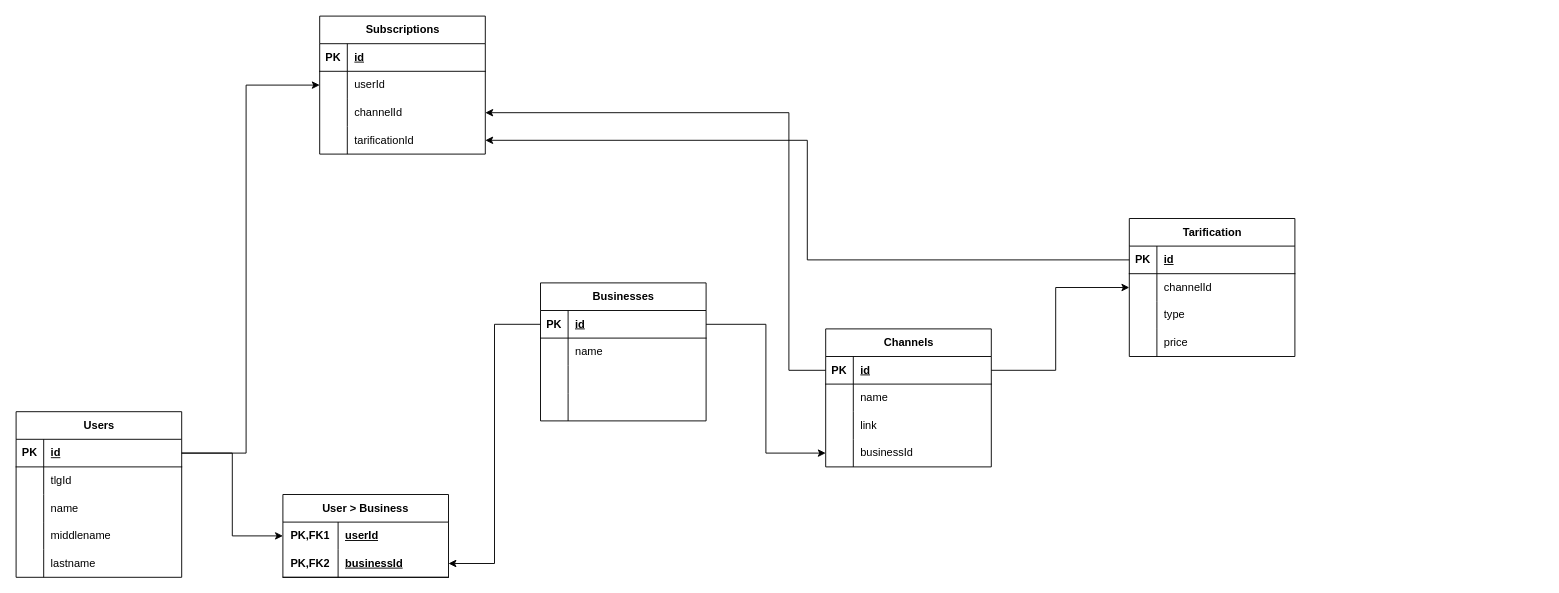
The draw.io diagram page "DB" (1 of 2) of docs/dbSchema.drawio in LionKenedi95/telegram-ep-manager-back, before the edit. Source tidied: cells renumbered, new cells numbered last; positions are measured from the earlier drawing's top-left corner, leaving out a move shared by most shapes. Both pictures are drawn from the tidied source at 92%, with x=0, y=0 at pixel (16, 16).
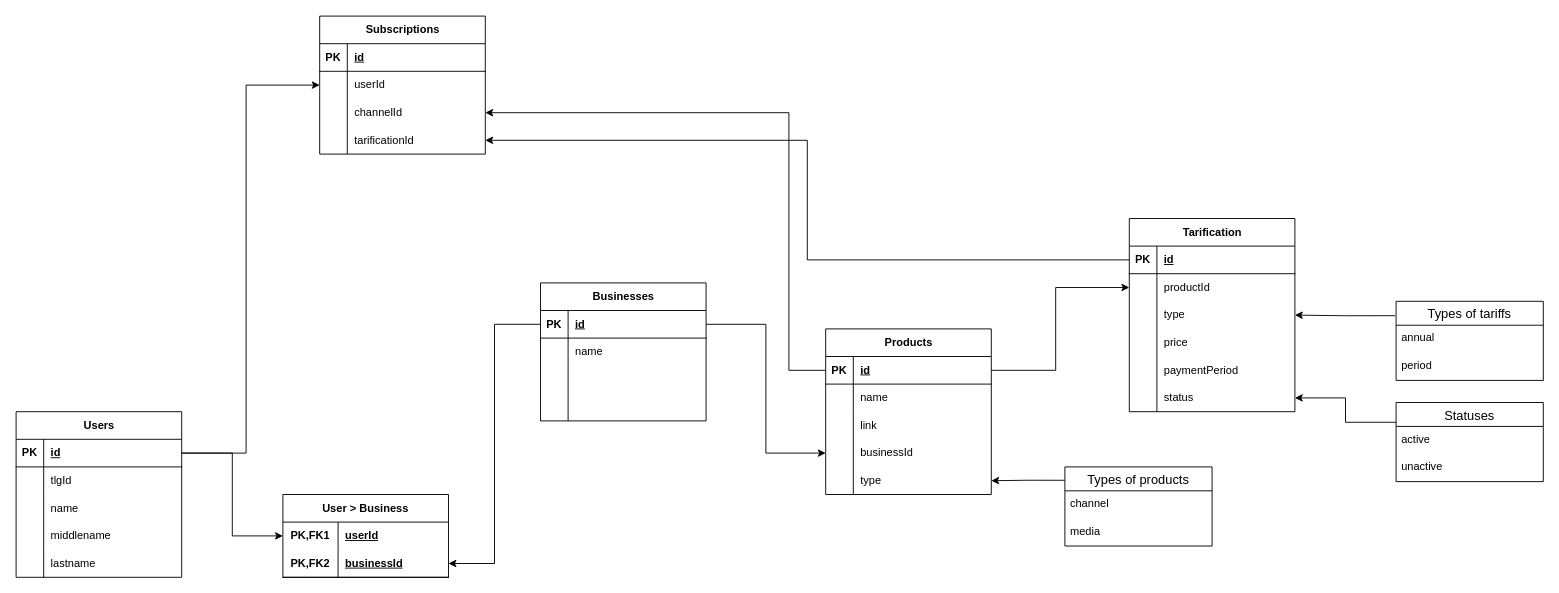
Above is the later version.

Commit message (it also covers changes not shown here):
Немного изменил схему касаемо продукта

Unchanged cells that the change refers to:
```xml
<mxCell id="73" style="shape=tableRow;horizontal=0;startSize=0;swimlaneHead=0;swimlaneBody=0;fillColor=none;points=[[0,0.5],[1,0.5]];portConstraint=eastwest;top=0;left=0;right=0;bottom=0;" parent="69" vertex="1">
  <mxGeometry y="60" width="180" height="30" as="geometry" />
</mxCell>
<mxCell id="76" style="shape=tableRow;horizontal=0;startSize=0;swimlaneHead=0;swimlaneBody=0;fillColor=none;points=[[0,0.5],[1,0.5]];portConstraint=eastwest;top=0;left=0;right=0;bottom=0;" parent="69" vertex="1">
  <mxGeometry y="90" width="180" height="30" as="geometry" />
</mxCell>
```

Change to the diagram source:
```diff
@@
-    <mxCell id="31" value="Channels" style="shape=table;startSize=30;childLayout=tableLayout;rowLines=0;fontStyle=1;align=center;html=1;" parent="1" vertex="1">
-      <mxGeometry x="880" y="340" width="180" height="150" as="geometry" />
+    <mxCell id="31" value="Products" style="shape=table;startSize=30;childLayout=tableLayout;rowLines=0;fontStyle=1;align=center;html=1;" parent="1" vertex="1">
+      <mxGeometry x="880" y="340" width="180" height="180" as="geometry" />
     </mxCell>
@@
+    <mxCell id="84" style="shape=tableRow;horizontal=0;startSize=0;swimlaneHead=0;swimlaneBody=0;fillColor=none;points=[[0,0.5],[1,0.5]];portConstraint=eastwest;top=0;left=0;right=0;bottom=0;" parent="31" vertex="1">
+      <mxGeometry y="150" width="180" height="30" as="geometry" />
+    </mxCell>
+    <mxCell id="85" style="shape=partialRectangle;fillColor=none;top=0;left=0;bottom=0;right=0;overflow=hidden;whiteSpace=wrap;html=1;" parent="84" vertex="1">
+      <mxGeometry width="30" height="30" as="geometry" />
+    </mxCell>
+    <mxCell id="86" value="type" style="shape=partialRectangle;fillColor=none;top=0;left=0;bottom=0;right=0;align=left;spacingLeft=6;overflow=hidden;whiteSpace=wrap;html=1;" parent="84" vertex="1">
+      <mxGeometry x="30" width="150" height="30" as="geometry" />
+    </mxCell>
@@
     <mxCell id="69" value="Tarification" style="shape=table;startSize=30;childLayout=tableLayout;rowLines=0;fontStyle=1;align=center;html=1;" parent="1" vertex="1">
-      <mxGeometry x="1210" y="220" width="180" height="150" as="geometry" />
+      <mxGeometry x="1210" y="220" width="180" height="210" as="geometry" />
     </mxCell>
@@
-    <mxCell id="75" value="channelId" style="shape=partialRectangle;fillColor=none;top=0;left=0;bottom=0;right=0;align=left;spacingLeft=6;overflow=hidden;whiteSpace=wrap;html=1;" parent="73" vertex="1">
+    <mxCell id="75" value="productId" style="shape=partialRectangle;fillColor=none;top=0;left=0;bottom=0;right=0;align=left;spacingLeft=6;overflow=hidden;whiteSpace=wrap;html=1;" parent="73" vertex="1">
       <mxGeometry x="30" width="150" height="30" as="geometry" />
     </mxCell>
@@
+    <mxCell id="87" style="shape=tableRow;horizontal=0;startSize=0;swimlaneHead=0;swimlaneBody=0;fillColor=none;top=0;left=0;right=0;bottom=0;" parent="69" vertex="1">
+      <mxGeometry y="150" width="180" height="30" as="geometry" />
+    </mxCell>
+    <mxCell id="88" style="shape=partialRectangle;fillColor=none;top=0;left=0;bottom=0;right=0;overflow=hidden;whiteSpace=wrap;html=1;" parent="87" vertex="1">
+      <mxGeometry width="30" height="30" as="geometry" />
+    </mxCell>
+    <mxCell id="89" value="paymentPeriod" style="shape=partialRectangle;fillColor=none;top=0;left=0;bottom=0;right=0;align=left;spacingLeft=6;overflow=hidden;whiteSpace=wrap;html=1;" parent="87" vertex="1">
+      <mxGeometry x="30" width="150" height="30" as="geometry" />
+    </mxCell>
+    <mxCell id="90" style="shape=tableRow;horizontal=0;startSize=0;swimlaneHead=0;swimlaneBody=0;fillColor=none;points=[[0,0.5],[1,0.5]];portConstraint=eastwest;top=0;left=0;right=0;bottom=0;" parent="69" vertex="1">
+      <mxGeometry y="180" width="180" height="30" as="geometry" />
+    </mxCell>
+    <mxCell id="91" style="shape=partialRectangle;fillColor=none;top=0;left=0;bottom=0;right=0;overflow=hidden;whiteSpace=wrap;html=1;" parent="90" vertex="1">
+      <mxGeometry width="30" height="30" as="geometry" />
+    </mxCell>
+    <mxCell id="92" value="status" style="shape=partialRectangle;fillColor=none;top=0;left=0;bottom=0;right=0;align=left;spacingLeft=6;overflow=hidden;whiteSpace=wrap;html=1;" parent="90" vertex="1">
+      <mxGeometry x="30" width="150" height="30" as="geometry" />
+    </mxCell>
@@
+    <mxCell id="93" style="edgeStyle=orthogonalEdgeStyle;rounded=0;jettySize=auto;html=1;exitX=0;exitY=0.169;exitDx=0;exitDy=0;exitPerimeter=0;" parent="1" edge="1" source="94" target="84">
+      <mxGeometry relative="1" as="geometry" />
+    </mxCell>
+    <mxCell id="94" value="Types of products" style="swimlane;fontStyle=0;horizontal=1;startSize=26;align=center;fontSize=14;" parent="1" vertex="1">
+      <mxGeometry x="1140" y="490" width="160" height="86" as="geometry" />
+    </mxCell>
+    <mxCell id="95" value="channel" style="text;strokeColor=none;fillColor=none;spacingLeft=4;spacingRight=4;overflow=hidden;fontSize=12;whiteSpace=wrap;html=1;" parent="94" vertex="1">
+      <mxGeometry y="26" width="160" height="30" as="geometry" />
+    </mxCell>
+    <mxCell id="96" value="media" style="text;strokeColor=none;fillColor=none;spacingLeft=4;spacingRight=4;overflow=hidden;fontSize=12;whiteSpace=wrap;html=1;" parent="94" vertex="1">
+      <mxGeometry y="56" width="160" height="30" as="geometry" />
+    </mxCell>
+    <mxCell id="97" style="edgeStyle=orthogonalEdgeStyle;rounded=0;jettySize=auto;html=1;exitX=-0.006;exitY=0.182;exitDx=0;exitDy=0;entryX=1;entryY=0.5;entryDx=0;entryDy=0;exitPerimeter=0;" parent="1" edge="1" source="98" target="76">
+      <mxGeometry relative="1" as="geometry" />
+    </mxCell>
+    <mxCell id="98" value="Types of tariffs" style="swimlane;fontStyle=0;horizontal=1;startSize=26;align=center;fontSize=14;" parent="1" vertex="1">
+      <mxGeometry x="1500" y="310" width="160" height="86" as="geometry" />
+    </mxCell>
+    <mxCell id="99" value="annual" style="text;strokeColor=none;fillColor=none;spacingLeft=4;spacingRight=4;overflow=hidden;fontSize=12;whiteSpace=wrap;html=1;" parent="98" vertex="1">
+      <mxGeometry y="26" width="160" height="30" as="geometry" />
+    </mxCell>
+    <mxCell id="100" value="period" style="text;strokeColor=none;fillColor=none;spacingLeft=4;spacingRight=4;overflow=hidden;fontSize=12;whiteSpace=wrap;html=1;" parent="98" vertex="1">
+      <mxGeometry y="56" width="160" height="30" as="geometry" />
+    </mxCell>
+    <mxCell id="101" style="edgeStyle=orthogonalEdgeStyle;rounded=0;jettySize=auto;html=1;exitX=0;exitY=0.25;exitDx=0;exitDy=0;entryX=1;entryY=0.5;entryDx=0;entryDy=0;" parent="1" edge="1" source="102" target="90">
+      <mxGeometry relative="1" as="geometry" />
+    </mxCell>
+    <mxCell id="102" value="Statuses" style="swimlane;fontStyle=0;horizontal=1;startSize=26;align=center;fontSize=14;" parent="1" vertex="1">
+      <mxGeometry x="1500" y="420" width="160" height="86" as="geometry" />
+    </mxCell>
+    <mxCell id="103" value="active" style="text;strokeColor=none;fillColor=none;spacingLeft=4;spacingRight=4;overflow=hidden;fontSize=12;whiteSpace=wrap;html=1;" parent="102" vertex="1">
+      <mxGeometry y="26" width="160" height="30" as="geometry" />
+    </mxCell>
+    <mxCell id="104" value="unactive" style="text;strokeColor=none;fillColor=none;spacingLeft=4;spacingRight=4;overflow=hidden;fontSize=12;whiteSpace=wrap;html=1;" parent="102" vertex="1">
+      <mxGeometry y="56" width="160" height="30" as="geometry" />
+    </mxCell>
```
